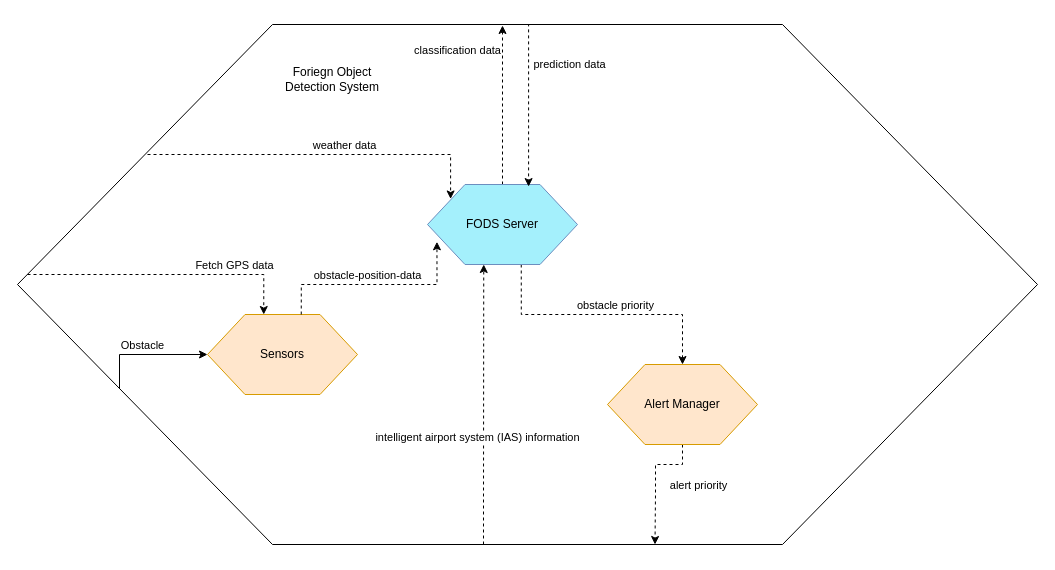
Before: active_str.drawio in varuneranki/MBSE, a draw.io diagram. Source tidied: cells renumbered, new cells numbered last; positions are measured from the earlier drawing's top-left corner, leaving out a move shared by most shapes. Both pictures are drawn from the tidied source at 100%, with x=0, y=0 at pixel (17, 24).
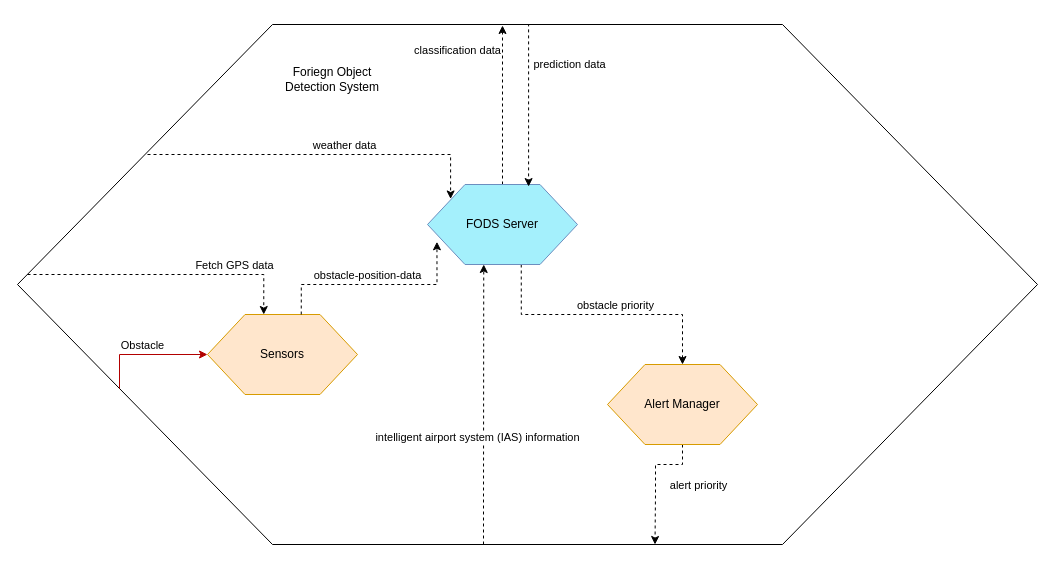
The same page after the edit.

The change refers to these unchanged cells:
```xml
<mxCell id="2" style="shape=hexagon;perimeter=hexagonPerimeter2;whiteSpace=wrap;html=1;size=0.25;fillColor=#FFFFFF;fontColor=#000000;strokeColor=#000000;" parent="1" vertex="1">
  <mxGeometry width="1020" height="520" as="geometry" />
</mxCell>
<mxCell id="11" value="Sensors" style="shape=hexagon;perimeter=hexagonPerimeter2;whiteSpace=wrap;html=1;size=0.25;fillColor=#ffe6cc;strokeColor=#d79b00;fontColor=#000000;" parent="1" vertex="1">
  <mxGeometry x="190" y="290" width="150" height="80" as="geometry" />
</mxCell>
```

What changed in the source:
```diff
@@
-    <mxCell id="9" style="edgeStyle=orthogonalEdgeStyle;rounded=0;jettySize=auto;html=1;entryX=0;entryY=0.75;entryDx=0;entryDy=0;startArrow=classic;startFill=1;endArrow=none;endFill=0;" parent="1" edge="1" source="11" target="2">
+    <mxCell id="9" style="edgeStyle=orthogonalEdgeStyle;rounded=0;jettySize=auto;html=1;entryX=0;entryY=0.75;entryDx=0;entryDy=0;startArrow=classic;startFill=1;endArrow=none;endFill=0;fillColor=#e51400;strokeColor=#B20000;" parent="1" edge="1" source="11" target="2">
       <mxGeometry relative="1" as="geometry">
         <Array as="points">
           <mxPoint x="102" y="330" />
         </Array>
       </mxGeometry>
     </mxCell>
```
